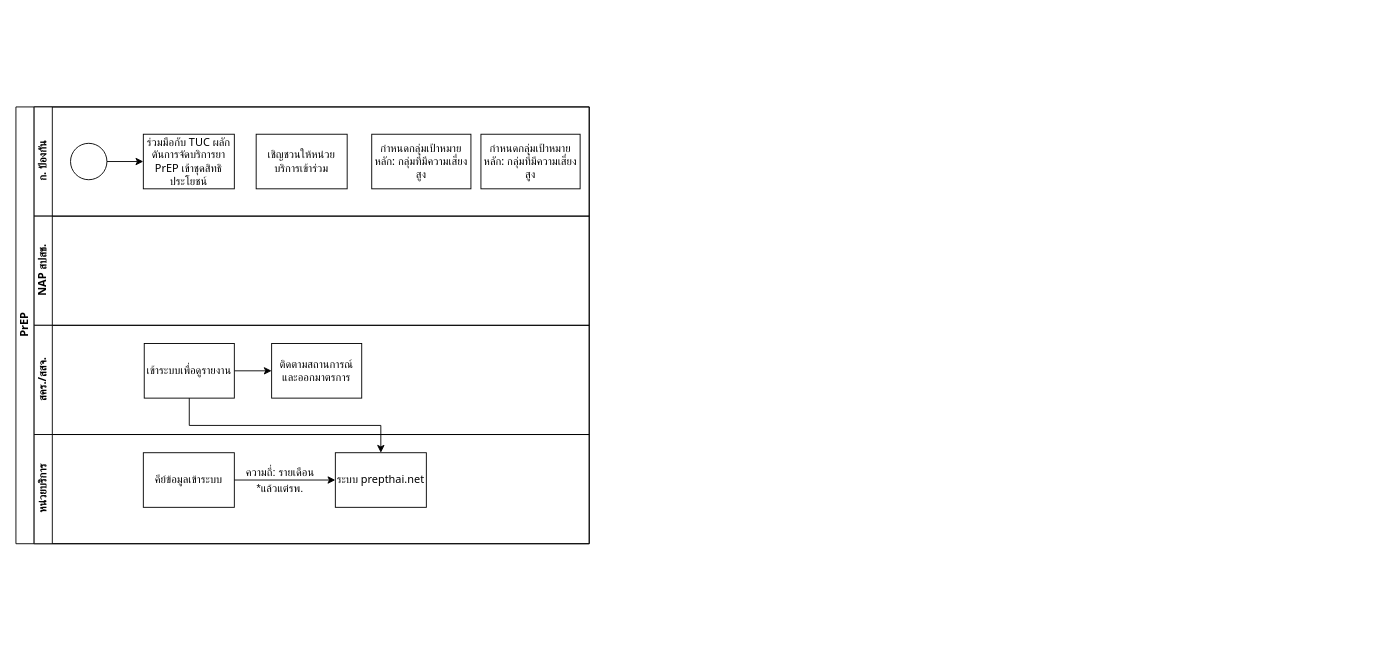
The draw.io diagram PrEP workflow.drawio in anun311/regist, before the edit. Source tidied: cells renumbered, new cells numbered last; positions are measured from the earlier drawing's top-left corner, leaving out a move shared by most shapes. Both pictures are drawn from the tidied source at 91%, with x=0, y=0 at pixel (15, 106).
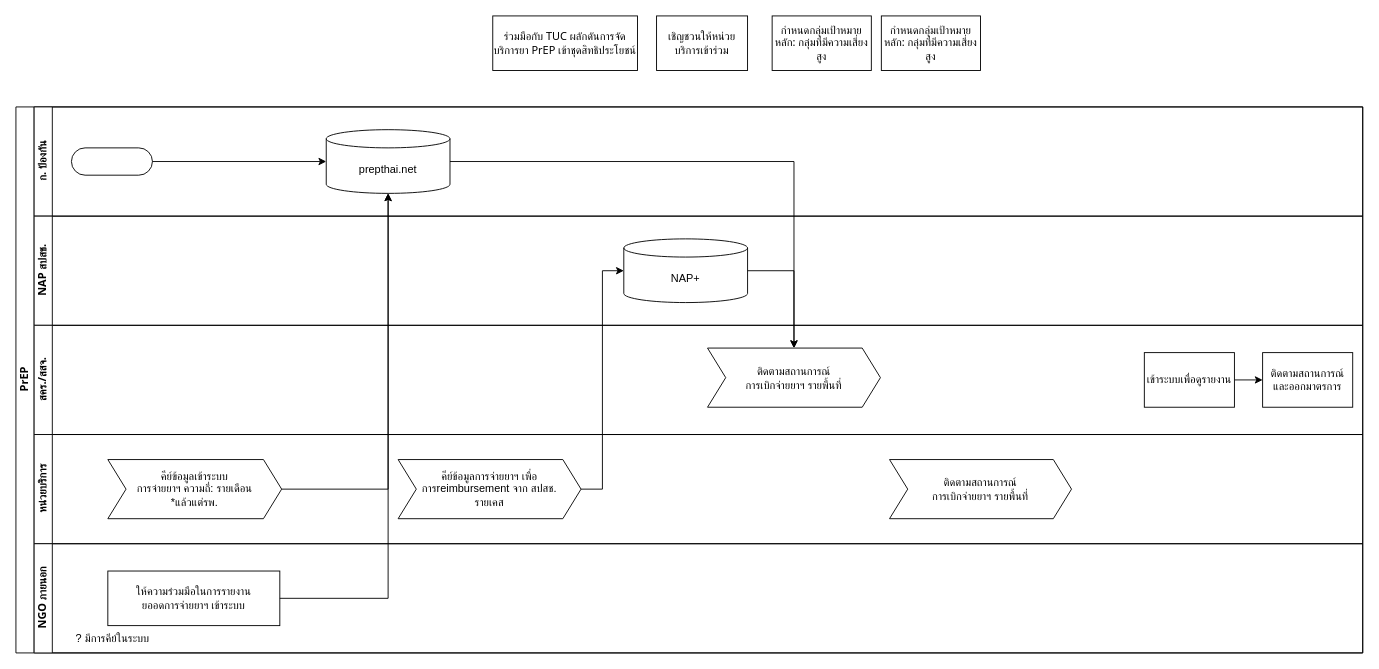
The same page after the edit.

Change to the diagram source:
```diff
@@
     <mxCell id="2" value="PrEP" style="swimlane;html=1;horizontal=0;startSize=20;fontFamily=Tahoma;" parent="1" vertex="1">
-      <mxGeometry width="630" height="480" as="geometry" />
+      <mxGeometry width="1480" height="600" as="geometry" />
     </mxCell>
     <mxCell id="3" value="ก. ป้องกัน" style="swimlane;html=1;startSize=20;horizontal=0;fontFamily=Tahoma;" parent="2" vertex="1">
-      <mxGeometry x="20" width="610" height="120" as="geometry" />
+      <mxGeometry x="20" width="1460" height="120" as="geometry" />
     </mxCell>
-    <mxCell id="4" style="edgeStyle=orthogonalEdgeStyle;rounded=0;jettySize=auto;html=1;fontFamily=Tahoma;" parent="3" edge="1" source="5" target="6">
-      <mxGeometry relative="1" as="geometry" />
-    </mxCell>
-    <mxCell id="5" style="ellipse;whiteSpace=wrap;html=1;fontFamily=Tahoma;" parent="3" vertex="1">
-      <mxGeometry x="40" y="40" width="40" height="40" as="geometry" />
-    </mxCell>
-    <mxCell id="6" value="ร่วมมือกับ TUC ผลักดันการจัดบริการยา PrEP เข้าชุดสิทธิประโยชน์&lt;span id=&quot;docs-internal-guid-872f812b-7fff-6672-2b00-a25f9a93de14&quot;&gt;&lt;/span&gt;" style="rounded=0;whiteSpace=wrap;html=1;fontFamily=Tahoma;fontSize=12;fontColor=#000000;align=center;" parent="3" vertex="1">
-      <mxGeometry x="120" y="30" width="100" height="60" as="geometry" />
-    </mxCell>
-    <mxCell id="7" value="กำหนดกลุ่มเป้าหมายหลัก: กลุ่มที่มีความเสี่ยงสูง" style="rounded=0;whiteSpace=wrap;html=1;fontFamily=Tahoma;fontSize=12;fontColor=#000000;align=center;" parent="3" vertex="1">
-      <mxGeometry x="371" y="30" width="109" height="60" as="geometry" />
-    </mxCell>
-    <mxCell id="8" value="เชิญชวนให้หน่วยบริการเข้าร่วม&lt;span id=&quot;docs-internal-guid-872f812b-7fff-6672-2b00-a25f9a93de14&quot;&gt;&lt;/span&gt;" style="rounded=0;whiteSpace=wrap;html=1;fontFamily=Tahoma;fontSize=12;fontColor=#000000;align=center;" parent="3" vertex="1">
-      <mxGeometry x="244" y="30" width="100" height="60" as="geometry" />
-    </mxCell>
-    <mxCell id="9" value="กำหนดกลุ่มเป้าหมายหลัก: กลุ่มที่มีความเสี่ยงสูง" style="rounded=0;whiteSpace=wrap;html=1;fontFamily=Tahoma;fontSize=12;fontColor=#000000;align=center;" parent="3" vertex="1">
-      <mxGeometry x="491" y="30" width="109" height="60" as="geometry" />
-    </mxCell>
+    <mxCell id="22" style="rounded=1;whiteSpace=wrap;html=1;arcSize=50;" parent="3" vertex="1">
+      <mxGeometry x="41" y="45" width="89" height="30" as="geometry" />
+    </mxCell>
+    <mxCell id="23" value="prepthai.net" style="shape=cylinder3;whiteSpace=wrap;html=1;boundedLbl=1;backgroundOutline=1;size=10;" parent="3" vertex="1">
+      <mxGeometry x="321" y="25" width="136" height="70" as="geometry" />
+    </mxCell>
+    <mxCell id="24" style="edgeStyle=orthogonalEdgeStyle;rounded=0;jettySize=auto;html=1;fontFamily=Tahoma;exitX=1;exitY=0.5;exitDx=0;exitDy=0;" parent="3" edge="1" source="22" target="23">
+      <mxGeometry relative="1" as="geometry" />
+    </mxCell>
     <mxCell id="10" value="NAP สปสช." style="swimlane;html=1;startSize=20;horizontal=0;fontFamily=Tahoma;" parent="2" vertex="1">
-      <mxGeometry x="20" y="120" width="610" height="120" as="geometry" />
+      <mxGeometry x="20" y="120" width="1460" height="120" as="geometry" />
     </mxCell>
+    <mxCell id="25" value="NAP+" style="shape=cylinder3;whiteSpace=wrap;html=1;boundedLbl=1;backgroundOutline=1;size=10;" parent="10" vertex="1">
+      <mxGeometry x="648" y="25" width="136" height="70" as="geometry" />
+    </mxCell>
     <mxCell id="11" value="สคร./สสจ." style="swimlane;html=1;startSize=20;horizontal=0;fontFamily=Tahoma;" parent="2" vertex="1">
-      <mxGeometry x="20" y="240" width="610" height="120" as="geometry" />
+      <mxGeometry x="20" y="240" width="1460" height="120" as="geometry" />
     </mxCell>
@@
+    <mxCell id="26" value="ติดตามสถานการณ์&lt;br&gt;การเบิกจ่ายยาฯ รายพื้นที่" style="shape=step;perimeter=stepPerimeter;whiteSpace=wrap;html=1;fixedSize=1;" parent="11" vertex="1">
+      <mxGeometry x="740" y="25" width="190" height="65" as="geometry" />
+    </mxCell>
     <mxCell id="13" value="เข้าระบบเพื่อดูรายงาน" style="rounded=0;whiteSpace=wrap;html=1;fontFamily=Tahoma;fontSize=12;fontColor=#000000;align=center;" parent="11" vertex="1">
-      <mxGeometry x="121" y="20" width="99" height="60" as="geometry" />
+      <mxGeometry x="1220" y="30" width="99" height="60" as="geometry" />
     </mxCell>
     <mxCell id="14" value="ติดตามสถานการณ์และออกมาตรการ" style="rounded=0;whiteSpace=wrap;html=1;fontFamily=Tahoma;fontSize=12;fontColor=#000000;align=center;" parent="11" vertex="1">
-      <mxGeometry x="261" y="20" width="99" height="60" as="geometry" />
+      <mxGeometry x="1350" y="30" width="99" height="60" as="geometry" />
     </mxCell>
     <mxCell id="15" value="หน่วยบริการ" style="swimlane;html=1;startSize=20;horizontal=0;fontFamily=Tahoma;" parent="2" vertex="1">
-      <mxGeometry x="20" y="360" width="610" height="120" as="geometry" />
+      <mxGeometry x="20" y="360" width="1460" height="120" as="geometry" />
     </mxCell>
-    <mxCell id="16" value="คีย์ข้อมูลเข้าระบบ" style="rounded=0;whiteSpace=wrap;html=1;fontFamily=Tahoma;fontSize=12;fontColor=#000000;align=center;" parent="15" vertex="1">
-      <mxGeometry x="120" y="20" width="100" height="60" as="geometry" />
-    </mxCell>
-    <mxCell id="17" value="ระบบ prepthai.net" style="rounded=0;whiteSpace=wrap;html=1;fontFamily=Tahoma;fontSize=12;fontColor=#000000;align=center;" parent="15" vertex="1">
-      <mxGeometry x="331" y="20" width="100" height="60" as="geometry" />
-    </mxCell>
+    <mxCell id="27" value="คีย์ข้อมูลเข้าระบบ&lt;br style=&quot;border-color: var(--border-color); font-family: Tahoma;&quot;&gt;&lt;span style=&quot;font-family: Tahoma;&quot;&gt;การจ่ายยาฯ&amp;nbsp;&lt;/span&gt;ความถี่: รายเดือน&lt;br&gt;*แล้วแต่รพ." style="shape=step;perimeter=stepPerimeter;whiteSpace=wrap;html=1;fixedSize=1;" parent="15" vertex="1">
+      <mxGeometry x="81" y="27.5" width="191" height="65" as="geometry" />
+    </mxCell>
+    <mxCell id="28" value="คีย์ข้อมูลการจ่ายยาฯ เพื่อการreimbursement จาก สปสช.&lt;br&gt;รายเคส" style="shape=step;perimeter=stepPerimeter;whiteSpace=wrap;html=1;fixedSize=1;" parent="15" vertex="1">
+      <mxGeometry x="400" y="27.5" width="201" height="65" as="geometry" />
+    </mxCell>
+    <mxCell id="29" value="ติดตามสถานการณ์&lt;br&gt;การเบิกจ่ายยาฯ รายพื้นที่" style="shape=step;perimeter=stepPerimeter;whiteSpace=wrap;html=1;fixedSize=1;" parent="15" vertex="1">
+      <mxGeometry x="940" y="27.5" width="200" height="65" as="geometry" />
+    </mxCell>
+    <mxCell id="30" value="NGO ภายนอก" style="swimlane;html=1;startSize=20;horizontal=0;fontFamily=Tahoma;" parent="2" vertex="1">
+      <mxGeometry x="20" y="480" width="1460" height="120" as="geometry" />
+    </mxCell>
+    <mxCell id="31" value="ให้ความร่วมมือในการรายงาน&lt;br&gt;ยออดการจ่ายยาฯ เข้าระบบ" style="rounded=0;whiteSpace=wrap;html=1;fontFamily=Tahoma;fontSize=12;fontColor=#000000;align=center;" parent="30" vertex="1">
+      <mxGeometry x="81" y="30" width="189" height="60" as="geometry" />
+    </mxCell>
+    <mxCell id="32" value="? มีการคีย์ในระบบ" style="text;html=1;align=center;verticalAlign=middle;strokeColor=none;fillColor=none;" parent="30" vertex="1">
+      <mxGeometry x="31" y="90" width="110" height="30" as="geometry" />
+    </mxCell>
-    <mxCell id="18" style="endArrow=classic;html=1;rounded=0;exitX=1;exitY=0.5;exitDx=0;exitDy=0;entryX=0;entryY=0.5;entryDx=0;entryDy=0;" parent="15" edge="1" source="16" target="17">
+    <mxCell id="18" style="endArrow=classic;html=1;rounded=0;exitX=1;exitY=0.5;exitDx=0;exitDy=0;entryX=0.5;entryY=1;entryDx=0;entryDy=0;entryPerimeter=0;edgeStyle=orthogonalEdgeStyle;" parent="2" edge="1" source="27" target="23">
       <mxGeometry relative="1" as="geometry" />
     </mxCell>
-    <mxCell id="19" value="ความถี่: รายเดือน" style="text;html=1;align=center;verticalAlign=middle;strokeColor=none;fillColor=none;" parent="15" vertex="1">
-      <mxGeometry x="215" y="27" width="110" height="30" as="geometry" />
-    </mxCell>
-    <mxCell id="20" value="*แล้วแต่รพ." style="text;html=1;align=center;verticalAlign=middle;strokeColor=none;fillColor=none;" parent="15" vertex="1">
-      <mxGeometry x="230" y="45" width="80" height="30" as="geometry" />
-    </mxCell>
-    <mxCell id="21" style="edgeStyle=orthogonalEdgeStyle;rounded=0;jettySize=auto;html=1;exitX=0.5;exitY=1;exitDx=0;exitDy=0;entryX=0.5;entryY=0;entryDx=0;entryDy=0;" parent="2" edge="1" source="13" target="17">
-      <mxGeometry relative="1" as="geometry" />
-    </mxCell>
+    <mxCell id="33" style="edgeStyle=orthogonalEdgeStyle;rounded=0;jettySize=auto;html=1;entryX=0.5;entryY=1;entryDx=0;entryDy=0;entryPerimeter=0;" parent="2" edge="1" source="31" target="23">
+      <mxGeometry relative="1" as="geometry" />
+    </mxCell>
+    <mxCell id="34" style="edgeStyle=orthogonalEdgeStyle;rounded=0;jettySize=auto;html=1;" parent="2" edge="1" source="23" target="26">
+      <mxGeometry relative="1" as="geometry" />
+    </mxCell>
+    <mxCell id="35" style="edgeStyle=orthogonalEdgeStyle;rounded=0;jettySize=auto;html=1;entryX=0;entryY=0.5;entryDx=0;entryDy=0;entryPerimeter=0;" parent="2" edge="1" source="28" target="25">
+      <mxGeometry relative="1" as="geometry" />
+    </mxCell>
+    <mxCell id="36" style="edgeStyle=orthogonalEdgeStyle;rounded=0;jettySize=auto;html=1;entryX=0.5;entryY=0;entryDx=0;entryDy=0;exitX=1;exitY=0.5;exitDx=0;exitDy=0;exitPerimeter=0;" parent="2" edge="1" source="25" target="26">
+      <mxGeometry relative="1" as="geometry" />
+    </mxCell>
+    <mxCell id="6" value="ร่วมมือกับ TUC ผลักดันการจัดบริการยา PrEP เข้าชุดสิทธิประโยชน์&lt;span id=&quot;docs-internal-guid-872f812b-7fff-6672-2b00-a25f9a93de14&quot;&gt;&lt;/span&gt;" style="rounded=0;whiteSpace=wrap;html=1;fontFamily=Tahoma;fontSize=12;fontColor=#000000;align=center;" parent="1" vertex="1">
+      <mxGeometry x="524" y="-100" width="159" height="60" as="geometry" />
+    </mxCell>
+    <mxCell id="9" value="กำหนดกลุ่มเป้าหมายหลัก: กลุ่มที่มีความเสี่ยงสูง" style="rounded=0;whiteSpace=wrap;html=1;fontFamily=Tahoma;fontSize=12;fontColor=#000000;align=center;" parent="1" vertex="1">
+      <mxGeometry x="951" y="-100" width="109" height="60" as="geometry" />
+    </mxCell>
+    <mxCell id="7" value="กำหนดกลุ่มเป้าหมายหลัก: กลุ่มที่มีความเสี่ยงสูง" style="rounded=0;whiteSpace=wrap;html=1;fontFamily=Tahoma;fontSize=12;fontColor=#000000;align=center;" parent="1" vertex="1">
+      <mxGeometry x="831" y="-100" width="109" height="60" as="geometry" />
+    </mxCell>
+    <mxCell id="8" value="เชิญชวนให้หน่วยบริการเข้าร่วม&lt;span id=&quot;docs-internal-guid-872f812b-7fff-6672-2b00-a25f9a93de14&quot;&gt;&lt;/span&gt;" style="rounded=0;whiteSpace=wrap;html=1;fontFamily=Tahoma;fontSize=12;fontColor=#000000;align=center;" parent="1" vertex="1">
+      <mxGeometry x="704" y="-100" width="100" height="60" as="geometry" />
+    </mxCell>
```
